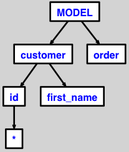
The Graphviz diagram src/main/dmo/model.png in bc-luke/eg, before a commit. Its source is kept beside it as src/main/dmo/model.dot.
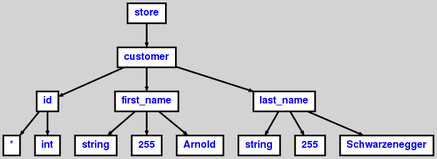
After the commit.

Diff of the diagram source:
```diff
@@ -6,19 +6,35 @@
 		width=.25, height=.25, color="black", fillcolor="white", style="filled, solid, bold"];
 	edge [arrowsize=.5, color="black", style="bold"]
 
-  n0 [label="MODEL"];
+  n0 [label="store"];
   n1 [label="customer"];
   n1 [label="customer"];
   n2 [label="id"];
   n2 [label="id"];
   n3 [label="*"];
-  n4 [label="first_name"];
-  n5 [label="order"];
+  n4 [label="int"];
+  n5 [label="first_name"];
+  n5 [label="first_name"];
+  n6 [label="string"];
+  n7 [label="255"];
+  n8 [label="Arnold"];
+  n9 [label="last_name"];
+  n9 [label="last_name"];
+  n10 [label="string"];
+  n11 [label="255"];
+  n12 [label="Schwarzenegger"];
 
-  n0 -> n1 // "MODEL" -> "customer"
+  n0 -> n1 // "store" -> "customer"
   n1 -> n2 // "customer" -> "id"
   n2 -> n3 // "id" -> "*"
-  n1 -> n4 // "customer" -> "first_name"
-  n0 -> n5 // "MODEL" -> "order"
+  n2 -> n4 // "id" -> "int"
+  n1 -> n5 // "customer" -> "first_name"
+  n5 -> n6 // "first_name" -> "string"
+  n5 -> n7 // "first_name" -> "255"
+  n5 -> n8 // "first_name" -> "Arnold"
+  n1 -> n9 // "customer" -> "last_name"
+  n9 -> n10 // "last_name" -> "string"
+  n9 -> n11 // "last_name" -> "255"
+  n9 -> n12 // "last_name" -> "Schwarzenegger"
 
 }
```
